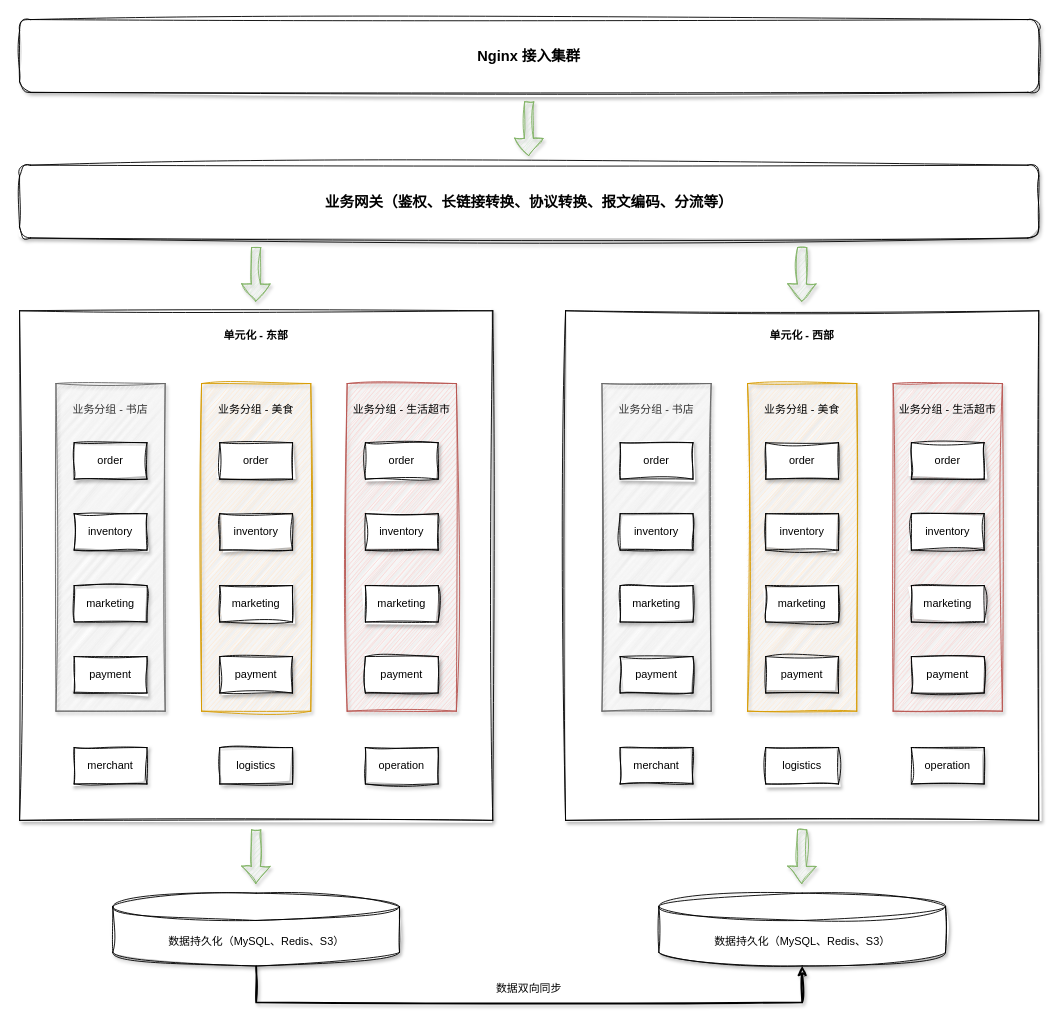
Above: draw/智能路由.drawio in duanglabs/resources (draw.io), before the change. Source tidied: cells renumbered, new cells numbered last; positions are measured from the earlier drawing's top-left corner, leaving out a move shared by most shapes. Both pictures are drawn from the tidied source at 91%, with x=0, y=0 at pixel (19, 19).
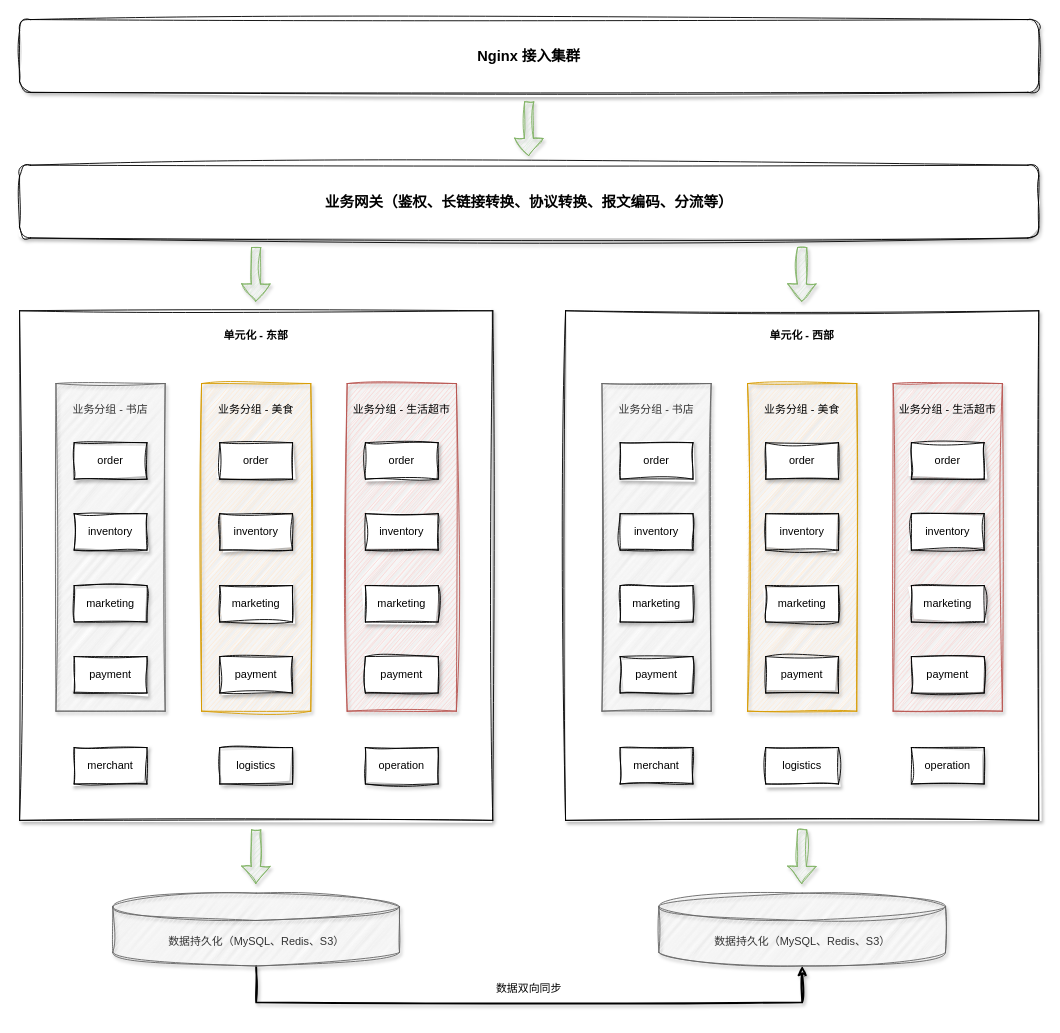
Above is the later version.

What changed in the source:
```diff
@@
-    <mxCell id="23" value="数据持久化（MySQL、Redis、S3）" style="shape=cylinder3;whiteSpace=wrap;html=1;boundedLbl=1;backgroundOutline=1;size=15;sketch=1;curveFitting=1;jiggle=2;shadow=1;" parent="1" vertex="1">
+    <mxCell id="23" value="数据持久化（MySQL、Redis、S3）" style="shape=cylinder3;whiteSpace=wrap;html=1;boundedLbl=1;backgroundOutline=1;size=15;sketch=1;curveFitting=1;jiggle=2;shadow=1;fillColor=#f5f5f5;fontColor=#333333;strokeColor=#666666;" parent="1" vertex="1">
       <mxGeometry x="102.5" y="960" width="315" height="80" as="geometry" />
     </mxCell>
@@
-    <mxCell id="44" value="数据持久化（MySQL、Redis、S3）" style="shape=cylinder3;whiteSpace=wrap;html=1;boundedLbl=1;backgroundOutline=1;size=15;sketch=1;curveFitting=1;jiggle=2;shadow=1;" parent="1" vertex="1">
+    <mxCell id="44" value="数据持久化（MySQL、Redis、S3）" style="shape=cylinder3;whiteSpace=wrap;html=1;boundedLbl=1;backgroundOutline=1;size=15;sketch=1;curveFitting=1;jiggle=2;shadow=1;fillColor=#f5f5f5;fontColor=#333333;strokeColor=#666666;" parent="1" vertex="1">
       <mxGeometry x="702.5" y="960" width="315" height="80" as="geometry" />
     </mxCell>
```
